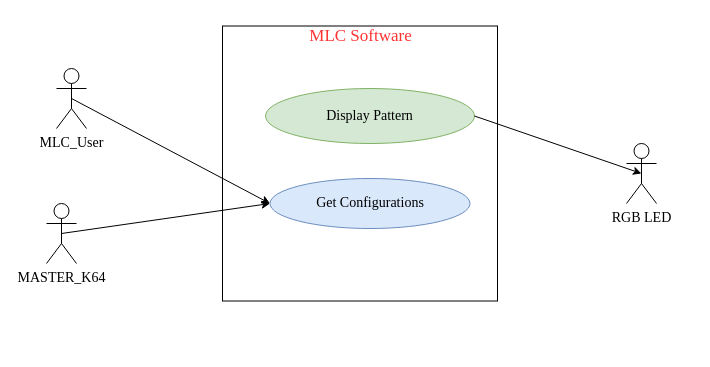
Before: LARA_usecase.drawio in francis-job/BLOCK_DIAGRAMS, a draw.io diagram. Source tidied: cells renumbered, new cells numbered last; positions are measured from the earlier drawing's top-left corner, leaving out a move shared by most shapes. Both pictures are drawn from the tidied source at 100%, with x=0, y=0 at pixel (46, 26).
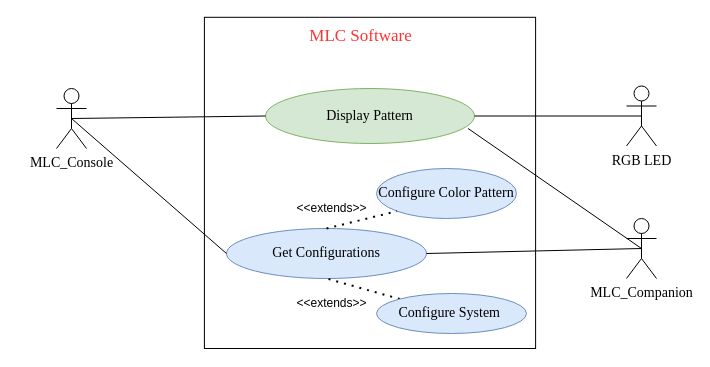
After the change.

Change to the diagram source:
```diff
@@
 <mxGraphModel>
   <root>
     <mxCell id="0" />
     <mxCell id="1" parent="0" />
     <mxCell id="2" style="whiteSpace=wrap;html=1;" parent="1" vertex="1">
-      <mxGeometry x="176" y="-0.5" width="275" height="275" as="geometry" />
+      <mxGeometry x="157.9" y="-9.2" width="331.2" height="331.2" as="geometry" />
     </mxCell>
     <mxCell id="3" value="&lt;font style=&quot;font-size: 14px&quot; face=&quot;Times New Roman&quot;&gt;Get Configurations&lt;/font&gt;" style="ellipse;whiteSpace=wrap;html=1;fillColor=#dae8fc;strokeColor=#6c8ebf;" parent="1" vertex="1">
-      <mxGeometry x="223.5" y="152" width="200" height="50" as="geometry" />
+      <mxGeometry x="180" y="202" width="200" height="50" as="geometry" />
     </mxCell>
     <mxCell id="4" value="&lt;font style=&quot;font-size: 14px&quot; face=&quot;Times New Roman&quot;&gt;Display Pattern&lt;/font&gt;" style="ellipse;whiteSpace=wrap;html=1;fillColor=#d5e8d4;strokeColor=#82b366;" parent="1" vertex="1">
       <mxGeometry x="219" y="62" width="209" height="55" as="geometry" />
     </mxCell>
-    <mxCell id="5" value="&lt;font face=&quot;Times New Roman&quot;&gt;&lt;span style=&quot;font-size: 14px&quot;&gt;MLC_User&lt;/span&gt;&lt;/font&gt;" style="shape=umlActor;verticalLabelPosition=bottom;verticalAlign=top;html=1;" parent="1" vertex="1">
-      <mxGeometry x="10" y="42" width="30" height="60" as="geometry" />
+    <mxCell id="5" value="&lt;font face=&quot;Times New Roman&quot;&gt;&lt;span style=&quot;font-size: 14px&quot;&gt;MLC_Console&lt;/span&gt;&lt;/font&gt;" style="shape=umlActor;verticalLabelPosition=bottom;verticalAlign=top;html=1;" parent="1" vertex="1">
+      <mxGeometry x="10" y="62" width="30" height="60" as="geometry" />
     </mxCell>
     <mxCell id="6" value="&lt;font face=&quot;Times New Roman&quot;&gt;&lt;span style=&quot;font-size: 14px&quot;&gt;RGB LED&lt;/span&gt;&lt;/font&gt;" style="shape=umlActor;verticalLabelPosition=bottom;verticalAlign=top;html=1;direction=east;" parent="1" vertex="1">
-      <mxGeometry x="580" y="117" width="30" height="60" as="geometry" />
+      <mxGeometry x="580" y="59.5" width="30" height="60" as="geometry" />
     </mxCell>
-    <mxCell id="7" style="endArrow=classic;html=1;exitX=0.5;exitY=0.5;exitDx=0;exitDy=0;exitPerimeter=0;entryX=0;entryY=0.5;entryDx=0;entryDy=0;" parent="1" edge="1" source="5" target="3">
+    <mxCell id="7" style="endArrow=none;html=1;exitX=0.5;exitY=0.5;exitDx=0;exitDy=0;exitPerimeter=0;entryX=0;entryY=0.5;entryDx=0;entryDy=0;endFill=0;" parent="1" edge="1" source="5" target="3">
       <mxGeometry relative="1" as="geometry" />
     </mxCell>
-    <mxCell id="8" style="endArrow=classic;html=1;exitX=1;exitY=0.5;exitDx=0;exitDy=0;entryX=0.5;entryY=0.5;entryDx=0;entryDy=0;entryPerimeter=0;" parent="1" edge="1" source="4" target="6">
+    <mxCell id="8" style="endArrow=none;html=1;exitX=1;exitY=0.5;exitDx=0;exitDy=0;entryX=0.5;entryY=0.5;entryDx=0;entryDy=0;entryPerimeter=0;endFill=0;" parent="1" edge="1" source="4" target="6">
       <mxGeometry relative="1" as="geometry" />
     </mxCell>
     <mxCell id="9" value="&lt;font face=&quot;Times New Roman&quot; style=&quot;font-size: 17px&quot; color=&quot;#ff3333&quot;&gt;MLC Software&lt;/font&gt;" style="text;html=1;align=center;verticalAlign=middle;" parent="1" vertex="1">
       <mxGeometry x="253.5" y="-0.5" width="120" height="20" as="geometry" />
     </mxCell>
-    <mxCell id="10" value="&lt;font face=&quot;Times New Roman&quot;&gt;&lt;span style=&quot;font-size: 14px&quot;&gt;MASTER_K64&lt;/span&gt;&lt;/font&gt;" style="shape=umlActor;verticalLabelPosition=bottom;verticalAlign=top;html=1;" parent="1" vertex="1">
-      <mxGeometry y="177" width="30" height="60" as="geometry" />
+    <mxCell id="10" value="&lt;font face=&quot;Times New Roman&quot;&gt;&lt;span style=&quot;font-size: 14px&quot;&gt;MLC_Companion&lt;/span&gt;&lt;/font&gt;" style="shape=umlActor;verticalLabelPosition=bottom;verticalAlign=top;html=1;" parent="1" vertex="1">
+      <mxGeometry x="580" y="192" width="30" height="60" as="geometry" />
     </mxCell>
-    <mxCell id="11" style="endArrow=classic;html=1;entryX=0;entryY=0.5;entryDx=0;entryDy=0;exitX=0.5;exitY=0.5;exitDx=0;exitDy=0;exitPerimeter=0;" parent="1" edge="1" source="10" target="3">
+    <mxCell id="11" style="endArrow=none;html=1;exitX=0.5;exitY=0.5;exitDx=0;exitDy=0;exitPerimeter=0;endFill=0;entryX=1;entryY=0.5;entryDx=0;entryDy=0;" parent="1" edge="1" source="10" target="3">
       <mxGeometry relative="1" as="geometry" />
     </mxCell>
+    <mxCell id="12" style="endArrow=none;dashed=1;html=1;dashPattern=1 3;strokeWidth=2;entryX=0.5;entryY=1;entryDx=0;entryDy=0;" parent="1" edge="1" source="13" target="3">
+      <mxGeometry relative="1" as="geometry" />
+    </mxCell>
+    <mxCell id="13" value="&lt;font style=&quot;font-size: 14px&quot; face=&quot;Times New Roman&quot;&gt;Configure System&amp;nbsp;&lt;/font&gt;" style="ellipse;whiteSpace=wrap;html=1;fillColor=#dae8fc;strokeColor=#6c8ebf;" parent="1" vertex="1">
+      <mxGeometry x="330" y="267" width="150" height="40" as="geometry" />
+    </mxCell>
+    <mxCell id="14" value="&lt;font style=&quot;font-size: 14px&quot; face=&quot;Times New Roman&quot;&gt;Configure Color Pattern&lt;/font&gt;" style="ellipse;whiteSpace=wrap;html=1;fillColor=#dae8fc;strokeColor=#6c8ebf;" parent="1" vertex="1">
+      <mxGeometry x="330" y="142" width="140" height="50" as="geometry" />
+    </mxCell>
+    <mxCell id="15" value="&amp;lt;&amp;lt;extends&amp;gt;&amp;gt;" style="text;html=1;align=center;verticalAlign=middle;direction=west;" parent="1" vertex="1">
+      <mxGeometry x="240" y="267" width="90" height="20" as="geometry" />
+    </mxCell>
+    <mxCell id="16" value="&amp;lt;&amp;lt;extends&amp;gt;&amp;gt;" style="text;html=1;align=center;verticalAlign=middle;direction=west;" parent="1" vertex="1">
+      <mxGeometry x="240" y="172" width="90" height="20" as="geometry" />
+    </mxCell>
+    <mxCell id="17" style="endArrow=none;dashed=1;html=1;dashPattern=1 3;strokeWidth=2;entryX=0;entryY=1;entryDx=0;entryDy=0;exitX=0.5;exitY=0;exitDx=0;exitDy=0;" parent="1" edge="1" source="3" target="14">
+      <mxGeometry relative="1" as="geometry" />
+    </mxCell>
+    <mxCell id="18" style="endArrow=none;html=1;exitX=0.5;exitY=0.5;exitDx=0;exitDy=0;exitPerimeter=0;entryX=0;entryY=0.5;entryDx=0;entryDy=0;endFill=0;" parent="1" edge="1" source="5" target="4">
+      <mxGeometry relative="1" as="geometry" />
+    </mxCell>
+    <mxCell id="19" style="endArrow=none;html=1;entryX=0.969;entryY=0.727;entryDx=0;entryDy=0;exitX=0.5;exitY=0.5;exitDx=0;exitDy=0;exitPerimeter=0;endFill=0;entryPerimeter=0;" parent="1" edge="1" source="10" target="4">
+      <mxGeometry relative="1" as="geometry" />
+    </mxCell>
   </root>
 </mxGraphModel>
```
